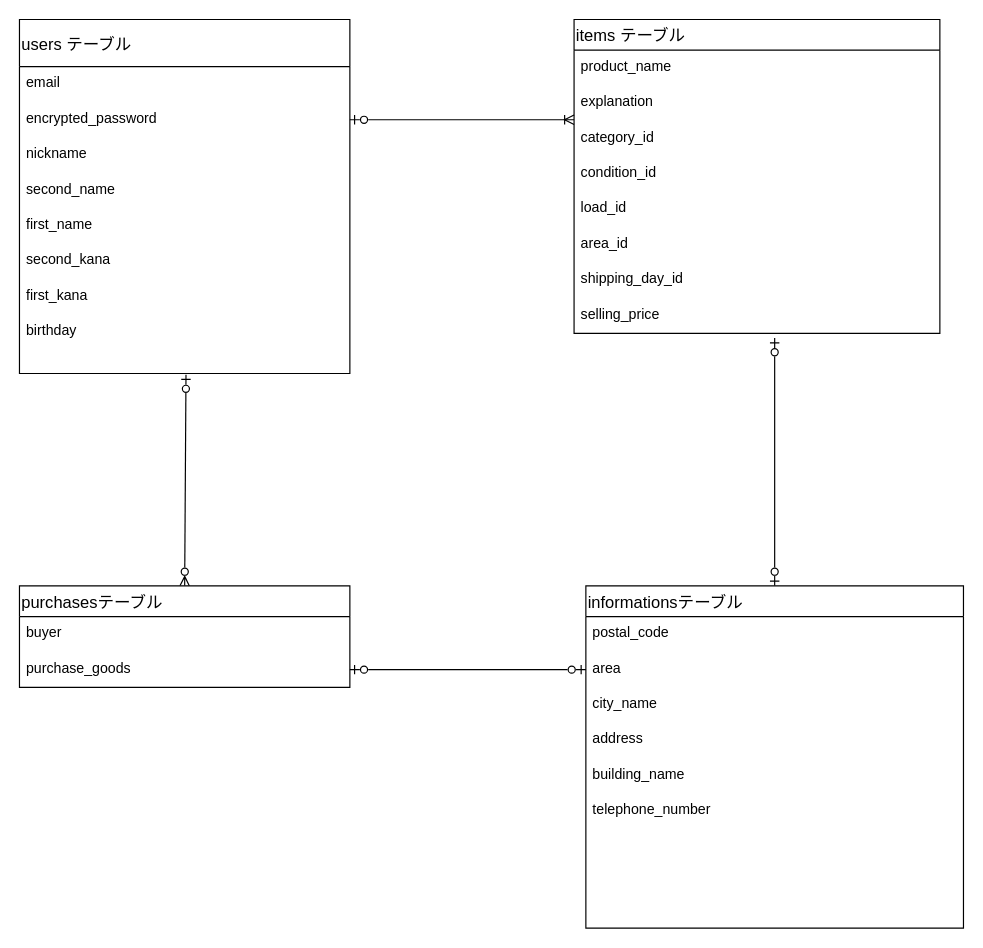
Above: furima.dio in shouskee/furima-37764 (draw.io), before the change. Source tidied: cells renumbered, new cells numbered last; positions are measured from the earlier drawing's top-left corner, leaving out a move shared by most shapes. Both pictures are drawn from the tidied source at 118%, with x=0, y=0 at pixel (19, 19).
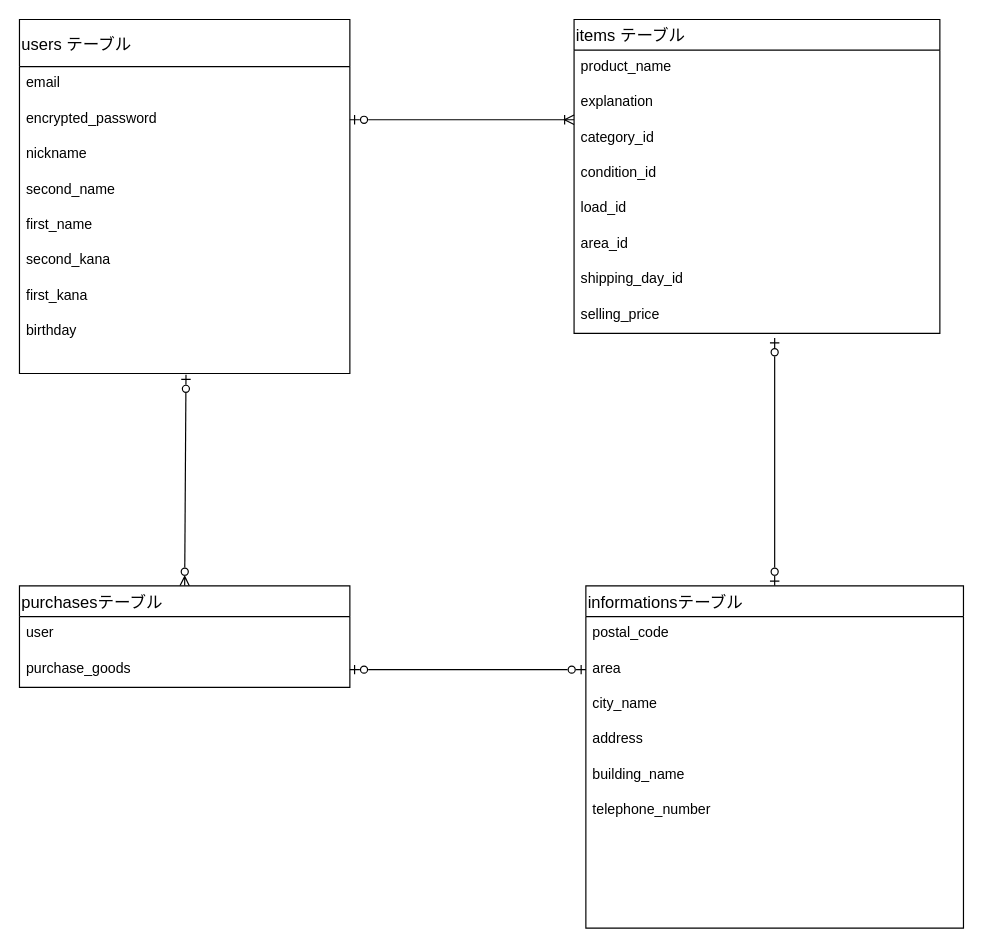
After the change.

Commit message (it also covers changes not shown here):
データベース設計再再訂正

Unchanged cells that the change refers to:
```xml
<mxCell id="21" value="purchasesテーブル" style="swimlane;fontStyle=0;horizontal=1;startSize=26;align=left;fontSize=14;" parent="1" vertex="1">
  <mxGeometry y="480" width="280" height="86" as="geometry" />
</mxCell>
```

Change to the diagram source:
```diff
@@
-    <mxCell id="22" value="buyer " style="text;strokeColor=none;fillColor=none;spacingLeft=4;spacingRight=4;overflow=hidden;fontSize=12;" parent="21" vertex="1">
+    <mxCell id="22" value="user" style="text;strokeColor=none;fillColor=none;spacingLeft=4;spacingRight=4;overflow=hidden;fontSize=12;" parent="21" vertex="1">
       <mxGeometry y="26" width="280" height="30" as="geometry" />
     </mxCell>
```
